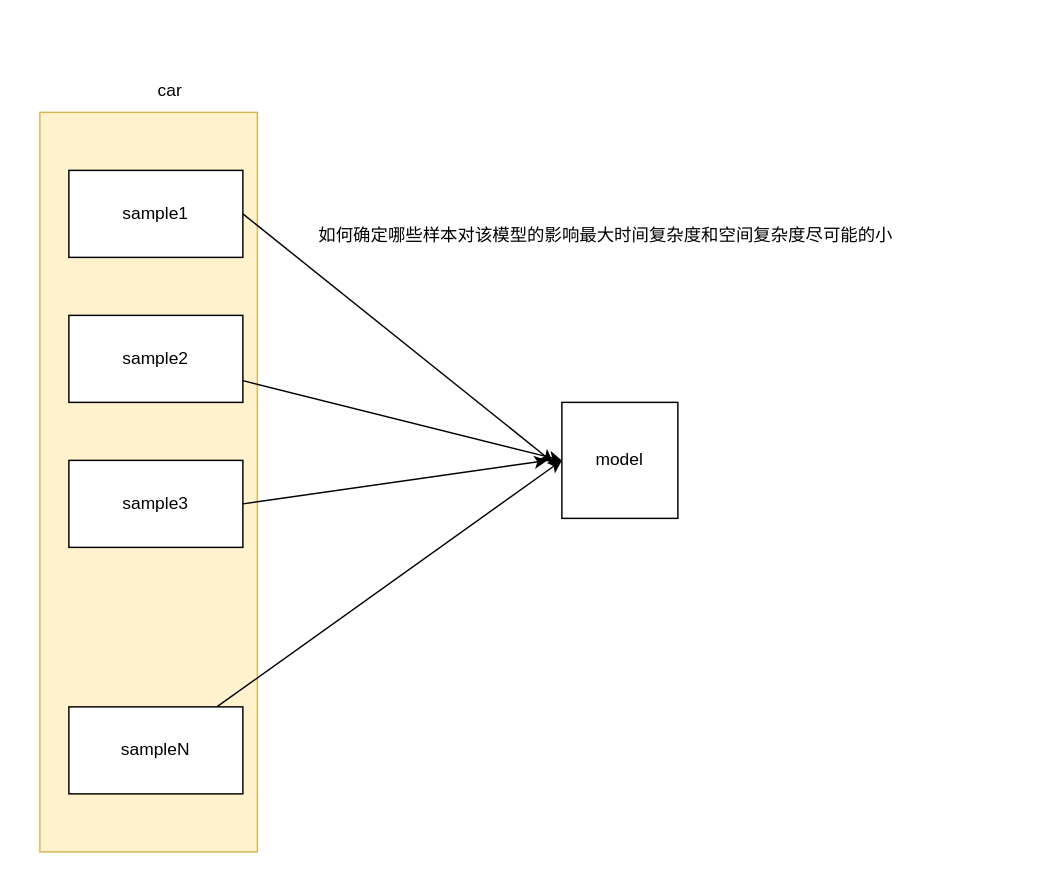
The draw.io diagram 思考.drawio in ZLey373/ImagesXMind, before the edit. Source tidied: cells renumbered, new cells numbered last; positions are measured from the earlier drawing's top-left corner, leaving out a move shared by most shapes. Both pictures are drawn from the tidied source at 145%, with x=0, y=0 at pixel (39, 68).
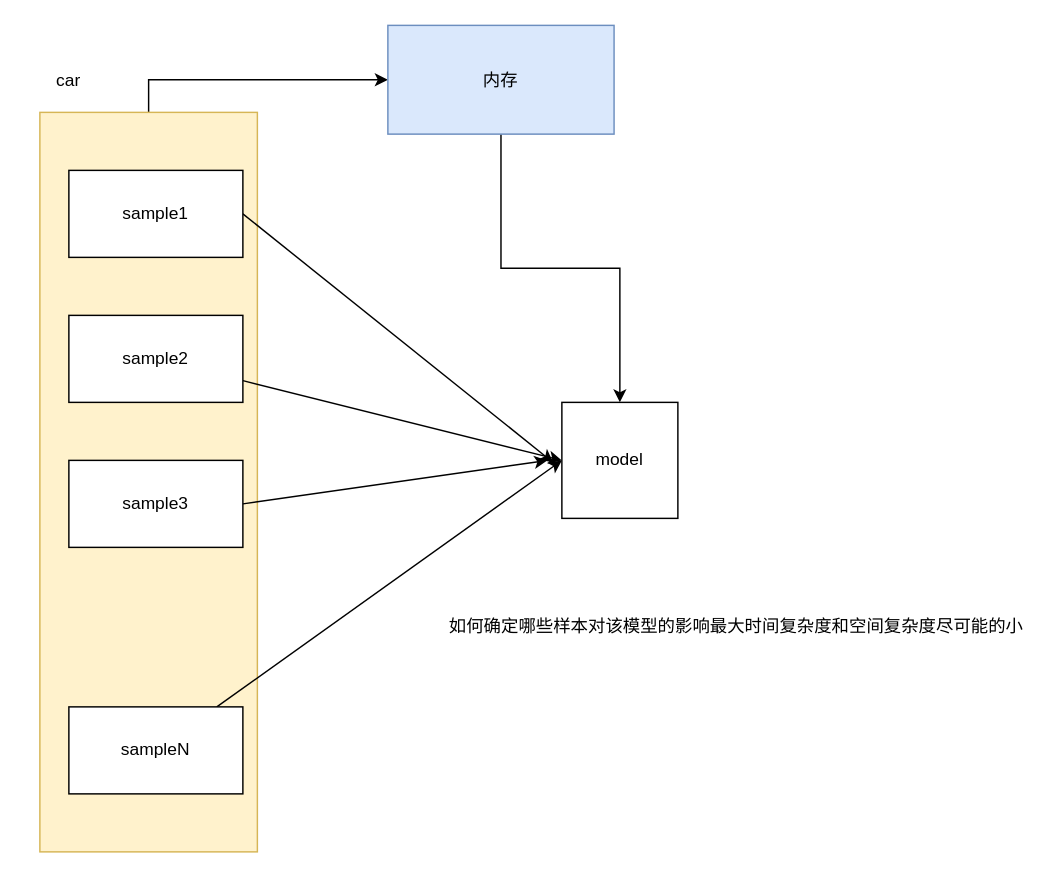
Above is the later version.

The edit, as a diff of the source:
```diff
@@
 <mxGraphModel>
   <root>
     <mxCell id="0" />
     <mxCell id="1" parent="0" />
+    <mxCell id="14" style="edgeStyle=orthogonalEdgeStyle;rounded=0;jettySize=auto;html=1;exitX=0.5;exitY=0;exitDx=0;exitDy=0;entryX=0;entryY=0.5;entryDx=0;entryDy=0;" parent="1" edge="1" source="2" target="16">
+      <mxGeometry relative="1" as="geometry" />
+    </mxCell>
     <mxCell id="2" style="rounded=0;whiteSpace=wrap;html=1;fillColor=#fff2cc;strokeColor=#d6b656;" parent="1" vertex="1">
       <mxGeometry y="30" width="150" height="510" as="geometry" />
     </mxCell>
     <mxCell id="3" style="rounded=0;jettySize=auto;html=1;exitX=1;exitY=0.5;exitDx=0;exitDy=0;entryX=-0.075;entryY=0.518;entryDx=0;entryDy=0;entryPerimeter=0;" parent="1" edge="1" source="4" target="11">
       <mxGeometry relative="1" as="geometry" />
     </mxCell>
     <mxCell id="4" value="sample1" style="rounded=0;whiteSpace=wrap;html=1;" parent="1" vertex="1">
       <mxGeometry x="20" y="70" width="120" height="60" as="geometry" />
     </mxCell>
     <mxCell id="5" style="rounded=0;jettySize=auto;html=1;entryX=0;entryY=0.5;entryDx=0;entryDy=0;" parent="1" edge="1" source="6" target="11">
       <mxGeometry relative="1" as="geometry" />
     </mxCell>
     <mxCell id="6" value="sample2" style="rounded=0;whiteSpace=wrap;html=1;" parent="1" vertex="1">
       <mxGeometry x="20" y="170" width="120" height="60" as="geometry" />
     </mxCell>
     <mxCell id="7" style="rounded=0;jettySize=auto;html=1;exitX=1;exitY=0.5;exitDx=0;exitDy=0;" parent="1" edge="1" source="8">
       <mxGeometry relative="1" as="geometry">
         <mxPoint x="350" y="270" as="targetPoint" />
       </mxGeometry>
     </mxCell>
     <mxCell id="8" value="sample3" style="rounded=0;whiteSpace=wrap;html=1;" parent="1" vertex="1">
       <mxGeometry x="20" y="270" width="120" height="60" as="geometry" />
     </mxCell>
     <mxCell id="9" style="rounded=0;jettySize=auto;html=1;entryX=0;entryY=0.5;entryDx=0;entryDy=0;" parent="1" edge="1" source="10" target="11">
       <mxGeometry relative="1" as="geometry" />
     </mxCell>
     <mxCell id="10" value="sampleN" style="rounded=0;whiteSpace=wrap;html=1;" parent="1" vertex="1">
       <mxGeometry x="20" y="440" width="120" height="60" as="geometry" />
     </mxCell>
     <mxCell id="11" value="model" style="whiteSpace=wrap;html=1;" parent="1" vertex="1">
       <mxGeometry x="360" y="230" width="80" height="80" as="geometry" />
     </mxCell>
     <mxCell id="12" value="如何确定哪些样本对该模型的影响最大时间复杂度和空间复杂度尽可能的小" style="text;html=1;align=center;verticalAlign=middle;strokeColor=none;fillColor=none;" parent="1" vertex="1">
-      <mxGeometry x="180" y="100" width="420" height="30" as="geometry" />
+      <mxGeometry x="270" y="370" width="420" height="30" as="geometry" />
     </mxCell>
     <mxCell id="13" value="car" style="text;strokeColor=none;align=center;fillColor=none;html=1;verticalAlign=middle;whiteSpace=wrap;rounded=0;" parent="1" vertex="1">
-      <mxGeometry x="60" width="60" height="30" as="geometry" />
+      <mxGeometry x="-10" y="-7.5" width="60" height="30" as="geometry" />
     </mxCell>
+    <mxCell id="15" style="edgeStyle=orthogonalEdgeStyle;rounded=0;jettySize=auto;html=1;entryX=0.5;entryY=0;entryDx=0;entryDy=0;" parent="1" edge="1" source="16" target="11">
+      <mxGeometry relative="1" as="geometry" />
+    </mxCell>
+    <mxCell id="16" value="内存" style="rounded=0;whiteSpace=wrap;html=1;fillColor=#dae8fc;strokeColor=#6c8ebf;" parent="1" vertex="1">
+      <mxGeometry x="240" y="-30" width="156" height="75" as="geometry" />
+    </mxCell>
   </root>
 </mxGraphModel>
```
